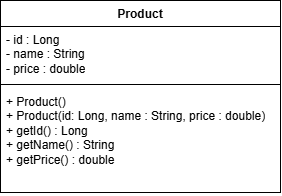
The draw.io diagram docs/uml/Product.png in faathirahamedg/product-api, before a commit. Source tidied: cells renumbered, new cells last; positions are measured from the earlier drawing's top-left corner, leaving out a move shared by most shapes. The source it was exported from:
```xml
<mxGraphModel>
  <root>
    <mxCell id="0" />
    <mxCell id="1" parent="0" />
    <mxCell id="2" value="Product&lt;div&gt;&lt;br&gt;&lt;/div&gt;" style="swimlane;fontStyle=1;align=center;verticalAlign=top;horizontal=1;startSize=26;whiteSpace=wrap;html=1;" parent="1" vertex="1">
      <mxGeometry width="280" height="192" as="geometry" />
    </mxCell>
    <mxCell id="3" value="- id : Long&lt;div&gt;- name : String&lt;/div&gt;&lt;div&gt;- price : double&lt;/div&gt;" style="text;strokeColor=none;fillColor=none;align=left;verticalAlign=top;spacingLeft=4;spacingRight=4;overflow=hidden;whiteSpace=wrap;html=1;" parent="2" vertex="1">
      <mxGeometry y="26" width="280" height="54" as="geometry" />
    </mxCell>
    <mxCell id="4" style="line;strokeWidth=1;fillColor=none;align=left;verticalAlign=middle;spacingTop=-1;spacingLeft=3;spacingRight=3;labelPosition=right;strokeColor=inherit;labelPerimeter=1;" parent="2" vertex="1">
      <mxGeometry y="80" width="280" height="8" as="geometry" />
    </mxCell>
    <mxCell id="5" value="+ Product()&lt;div&gt;+ Product(id: Long, name : String, price : double)&lt;/div&gt;&lt;div&gt;+ getId() : Long&lt;/div&gt;&lt;div&gt;+ getName() : String&lt;/div&gt;&lt;div&gt;+ getPrice() : double&amp;nbsp;&lt;br&gt;&lt;div&gt;&lt;br&gt;&lt;/div&gt;&lt;/div&gt;" style="text;strokeColor=none;fillColor=none;align=left;verticalAlign=top;spacingLeft=4;spacingRight=4;overflow=hidden;whiteSpace=wrap;html=1;" parent="2" vertex="1">
      <mxGeometry y="88" width="280" height="104" as="geometry" />
    </mxCell>
  </root>
</mxGraphModel>
```
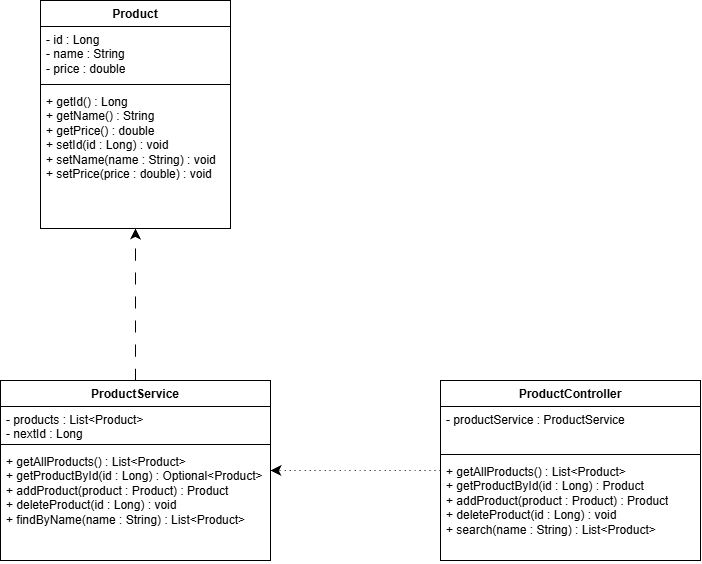
After the commit.

Commit message:
Tutorial 3: ProductService with List - four CRUD endpoints working

Change to the diagram source:
```diff
@@ -2,17 +2,47 @@
   <root>
     <mxCell id="0" />
     <mxCell id="1" parent="0" />
-    <mxCell id="2" value="Product&lt;div&gt;&lt;br&gt;&lt;/div&gt;" style="swimlane;fontStyle=1;align=center;verticalAlign=top;horizontal=1;startSize=26;whiteSpace=wrap;html=1;" parent="1" vertex="1">
-      <mxGeometry width="280" height="192" as="geometry" />
+    <mxCell id="2" value="Product" style="swimlane;fontStyle=1;align=center;verticalAlign=top;horizontal=1;startSize=26;whiteSpace=wrap;html=1;" parent="1" vertex="1">
+      <mxGeometry width="190" height="228" as="geometry" />
     </mxCell>
-    <mxCell id="3" value="- id : Long&lt;div&gt;- name : String&lt;/div&gt;&lt;div&gt;- price : double&lt;/div&gt;" style="text;strokeColor=none;fillColor=none;align=left;verticalAlign=top;spacingLeft=4;spacingRight=4;overflow=hidden;whiteSpace=wrap;html=1;" parent="2" vertex="1">
-      <mxGeometry y="26" width="280" height="54" as="geometry" />
+    <mxCell id="3" value="&lt;div&gt;&lt;span&gt;- id : Long&lt;/span&gt;&lt;/div&gt;&lt;div&gt;&lt;span&gt;- name : String&lt;/span&gt;&lt;/div&gt;&lt;div&gt;&lt;span&gt;- price : double&lt;/span&gt;&lt;/div&gt;" style="text;strokeColor=none;fillColor=none;align=left;verticalAlign=top;spacingLeft=4;spacingRight=4;overflow=hidden;whiteSpace=wrap;html=1;" parent="2" vertex="1">
+      <mxGeometry y="26" width="190" height="54" as="geometry" />
     </mxCell>
-    <mxCell id="4" style="line;strokeWidth=1;fillColor=none;align=left;verticalAlign=middle;spacingTop=-1;spacingLeft=3;spacingRight=3;labelPosition=right;strokeColor=inherit;labelPerimeter=1;" parent="2" vertex="1">
-      <mxGeometry y="80" width="280" height="8" as="geometry" />
-    </mxCell>
-    <mxCell id="5" value="+ Product()&lt;div&gt;+ Product(id: Long, name : String, price : double)&lt;/div&gt;&lt;div&gt;+ getId() : Long&lt;/div&gt;&lt;div&gt;+ getName() : String&lt;/div&gt;&lt;div&gt;+ getPrice() : double&amp;nbsp;&lt;br&gt;&lt;div&gt;&lt;br&gt;&lt;/div&gt;&lt;/div&gt;" style="text;strokeColor=none;fillColor=none;align=left;verticalAlign=top;spacingLeft=4;spacingRight=4;overflow=hidden;whiteSpace=wrap;html=1;" parent="2" vertex="1">
-      <mxGeometry y="88" width="280" height="104" as="geometry" />
-    </mxCell>
+    <mxCell id="6" style="line;strokeWidth=1;fillColor=none;align=left;verticalAlign=middle;spacingTop=-1;spacingLeft=3;spacingRight=3;labelPosition=right;strokeColor=inherit;labelPerimeter=1;" parent="2" vertex="1">
+      <mxGeometry y="80" width="190" height="8" as="geometry" />
+    </mxCell>
+    <mxCell id="7" value="&lt;div&gt;&lt;span&gt;+ getId() : Long&lt;/span&gt;&lt;/div&gt;&lt;div&gt;&lt;span&gt;+ getName() : String&lt;/span&gt;&lt;/div&gt;&lt;div&gt;&lt;span&gt;+ getPrice() : double&lt;/span&gt;&lt;/div&gt;&lt;div&gt;&lt;span&gt;+ setId(id : Long) : void&lt;/span&gt;&lt;/div&gt;&lt;div&gt;&lt;span&gt;+ setName(name : String) : void&lt;/span&gt;&lt;/div&gt;&lt;div&gt;&lt;span&gt;+ setPrice(price : double) : void&lt;/span&gt;&lt;/div&gt;" style="text;strokeColor=none;fillColor=none;align=left;verticalAlign=top;spacingLeft=4;spacingRight=4;overflow=hidden;points=[[0,0.5],[1,0.5]];portConstraint=eastwest;whiteSpace=wrap;html=1;" parent="2" vertex="1">
+      <mxGeometry y="88" width="190" height="140" as="geometry" />
+    </mxCell>
+    <mxCell id="8" style="edgeStyle=none;curved=1;rounded=0;curveGeometry=1;jettySize=auto;html=1;fontSize=12;defaultLabelBackgroundColor=page;startSize=8;endSize=8;dashed=1;dashPattern=1 4;" parent="1" edge="1" source="9" target="14">
+      <mxGeometry relative="1" as="geometry" />
+    </mxCell>
+    <mxCell id="9" value="ProductController" style="swimlane;fontStyle=1;align=center;verticalAlign=top;horizontal=1;startSize=26;whiteSpace=wrap;html=1;" parent="1" vertex="1">
+      <mxGeometry x="400" y="380" width="260" height="180" as="geometry" />
+    </mxCell>
+    <mxCell id="10" value="&lt;div&gt;&lt;span&gt;- productService : ProductService&lt;/span&gt;&lt;/div&gt;" style="text;strokeColor=none;fillColor=none;align=left;verticalAlign=top;spacingLeft=4;spacingRight=4;overflow=hidden;whiteSpace=wrap;html=1;" parent="9" vertex="1">
+      <mxGeometry y="26" width="260" height="44" as="geometry" />
+    </mxCell>
+    <mxCell id="11" style="line;strokeWidth=1;fillColor=none;align=left;verticalAlign=middle;spacingTop=-1;spacingLeft=3;spacingRight=3;labelPosition=right;strokeColor=inherit;labelPerimeter=1;" parent="9" vertex="1">
+      <mxGeometry y="70" width="260" height="8" as="geometry" />
+    </mxCell>
+    <mxCell id="12" value="&lt;div&gt;&lt;span&gt;+ getAllProducts() : List&amp;lt;Product&amp;gt;&lt;/span&gt;&lt;/div&gt;&lt;div&gt;&lt;span&gt;+ getProductById(id : Long) : Product&lt;/span&gt;&lt;/div&gt;&lt;div&gt;&lt;span&gt;+ addProduct(product : Product) : Product&lt;/span&gt;&lt;/div&gt;&lt;div&gt;&lt;span&gt;+ deleteProduct(id : Long) : void&lt;/span&gt;&lt;/div&gt;&lt;div&gt;&lt;span&gt;+ search(name : String) : List&amp;lt;Product&amp;gt;&lt;/span&gt;&lt;/div&gt;" style="text;strokeColor=none;fillColor=none;align=left;verticalAlign=top;spacingLeft=4;spacingRight=4;overflow=hidden;whiteSpace=wrap;html=1;" parent="9" vertex="1">
+      <mxGeometry y="78" width="260" height="102" as="geometry" />
+    </mxCell>
+    <mxCell id="13" style="edgeStyle=none;curved=1;rounded=0;curveGeometry=1;jettySize=auto;html=1;fontSize=12;defaultLabelBackgroundColor=page;startSize=8;endSize=8;dashed=1;dashPattern=12 12;" parent="1" edge="1" source="14" target="7">
+      <mxGeometry relative="1" as="geometry" />
+    </mxCell>
+    <mxCell id="14" value="ProductService" style="swimlane;fontStyle=1;align=center;verticalAlign=top;horizontal=1;startSize=26;whiteSpace=wrap;html=1;" parent="1" vertex="1">
+      <mxGeometry x="-40" y="380" width="270" height="180" as="geometry" />
+    </mxCell>
+    <mxCell id="15" value="&lt;div&gt;&lt;span&gt;- products : List&amp;lt;Product&amp;gt;&lt;/span&gt;&lt;/div&gt;&lt;div&gt;&lt;span&gt;- nextId : Long&lt;/span&gt;&lt;/div&gt;" style="text;strokeColor=none;fillColor=none;align=left;verticalAlign=top;spacingLeft=4;spacingRight=4;overflow=hidden;whiteSpace=wrap;html=1;" parent="14" vertex="1">
+      <mxGeometry y="26" width="270" height="34" as="geometry" />
+    </mxCell>
+    <mxCell id="16" style="line;strokeWidth=1;fillColor=none;align=left;verticalAlign=middle;spacingTop=-1;spacingLeft=3;spacingRight=3;labelPosition=right;strokeColor=inherit;labelPerimeter=1;" parent="14" vertex="1">
+      <mxGeometry y="60" width="270" height="8" as="geometry" />
+    </mxCell>
+    <mxCell id="17" value="&lt;div&gt;&lt;span&gt;+ getAllProducts() : List&amp;lt;Product&amp;gt;&lt;/span&gt;&lt;/div&gt;&lt;div&gt;&lt;span&gt;+ getProductById(id : Long) : Optional&amp;lt;Product&amp;gt;&lt;/span&gt;&lt;/div&gt;&lt;div&gt;&lt;span&gt;+ addProduct(product : Product) : Product&lt;/span&gt;&lt;/div&gt;&lt;div&gt;&lt;span&gt;+ deleteProduct(id : Long) : void&lt;/span&gt;&lt;/div&gt;&lt;div&gt;&lt;span&gt;+ findByName(name : String) : List&amp;lt;Product&amp;gt;&lt;/span&gt;&lt;/div&gt;" style="text;strokeColor=none;fillColor=none;align=left;verticalAlign=top;spacingLeft=4;spacingRight=4;overflow=hidden;whiteSpace=wrap;html=1;" parent="14" vertex="1">
+      <mxGeometry y="68" width="270" height="112" as="geometry" />
+    </mxCell>
   </root>
 </mxGraphModel>
```
